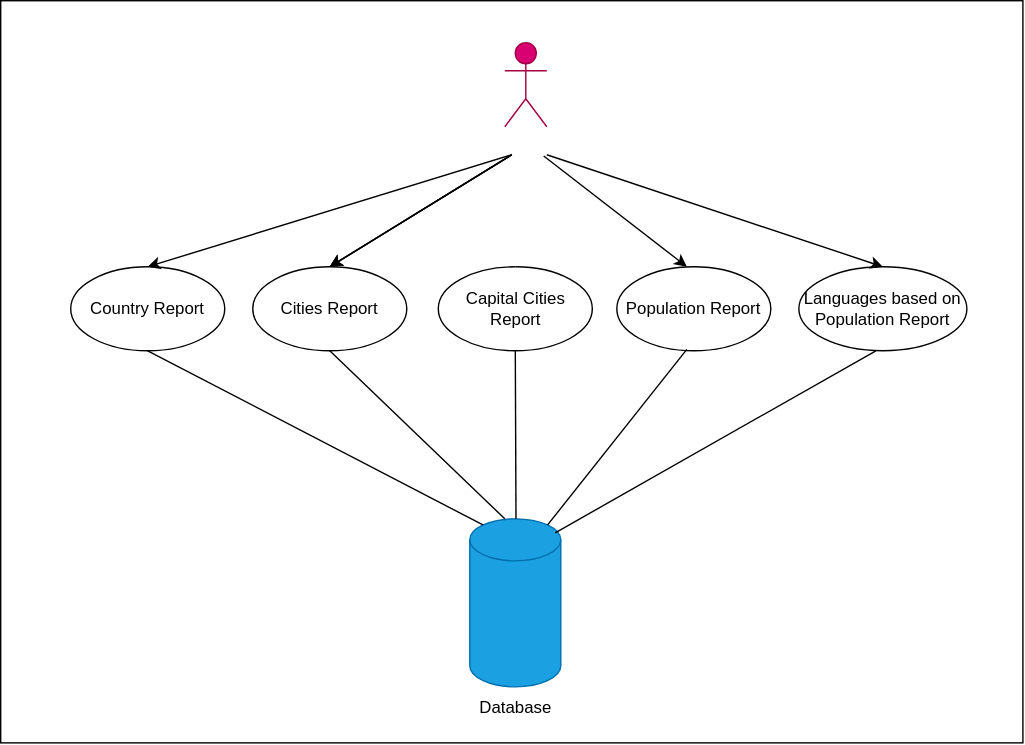
Before: use-cases/use-case-diagram.svg, a diagram exported from draw.io (jamieyoung5/SWM-F). Source tidied: cells renumbered, new cells last; positions are measured from the earlier drawing's top-left corner, leaving out a move shared by most shapes.
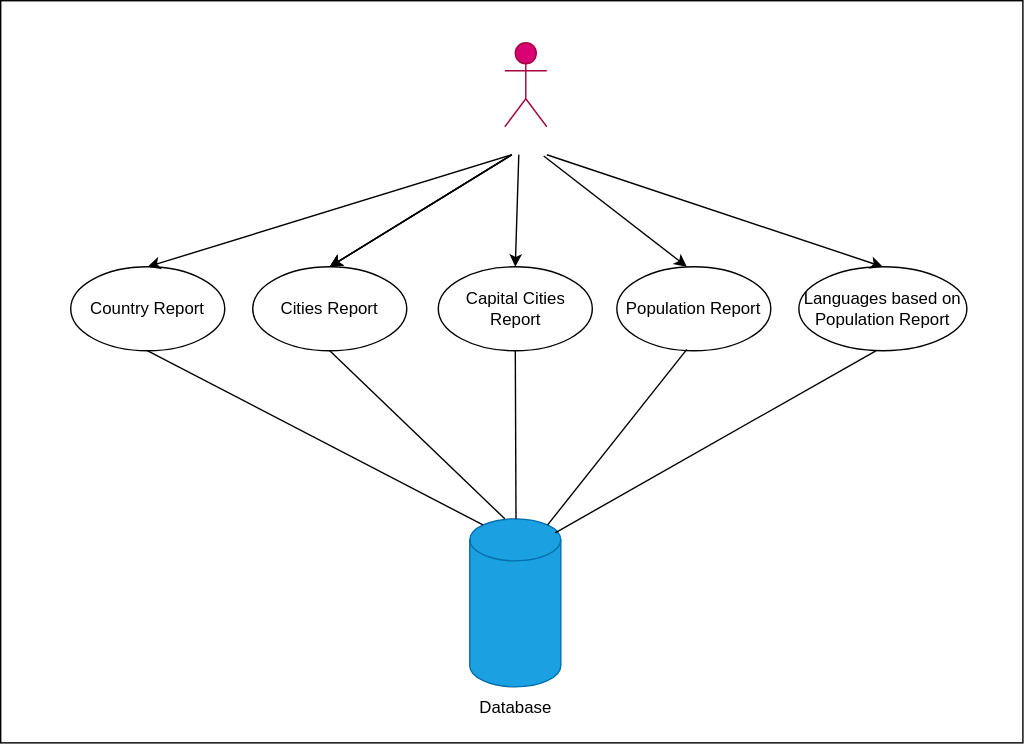
After the change.

The edit, as a diff of the source:
```diff
@@ -84,15 +84,15 @@
     <mxCell id="21" value="Population Report" style="ellipse;whiteSpace=wrap;html=1;fillColor=none;" parent="1" vertex="1">
       <mxGeometry x="440" y="190" width="110" height="60" as="geometry" />
     </mxCell>
-    <mxCell id="22" style="endArrow=classic;html=1;strokeColor=#FFFFFF;entryX=0.5;entryY=0;entryDx=0;entryDy=0;" parent="1" edge="1" target="17">
-      <mxGeometry relative="1" as="geometry">
-        <mxPoint x="370" y="110" as="sourcePoint" />
-      </mxGeometry>
-    </mxCell>
     <mxCell id="23" style="endArrow=classic;html=1;entryX=0.5;entryY=0;entryDx=0;entryDy=0;" parent="1" edge="1" target="19">
       <mxGeometry relative="1" as="geometry">
         <mxPoint x="390" y="110" as="sourcePoint" />
       </mxGeometry>
     </mxCell>
+    <mxCell id="24" style="endArrow=classic;html=1;entryX=0.5;entryY=0;entryDx=0;entryDy=0;" parent="1" edge="1" target="17">
+      <mxGeometry relative="1" as="geometry">
+        <mxPoint x="370" y="110" as="sourcePoint" />
+      </mxGeometry>
+    </mxCell>
   </root>
 </mxGraphModel>
```
